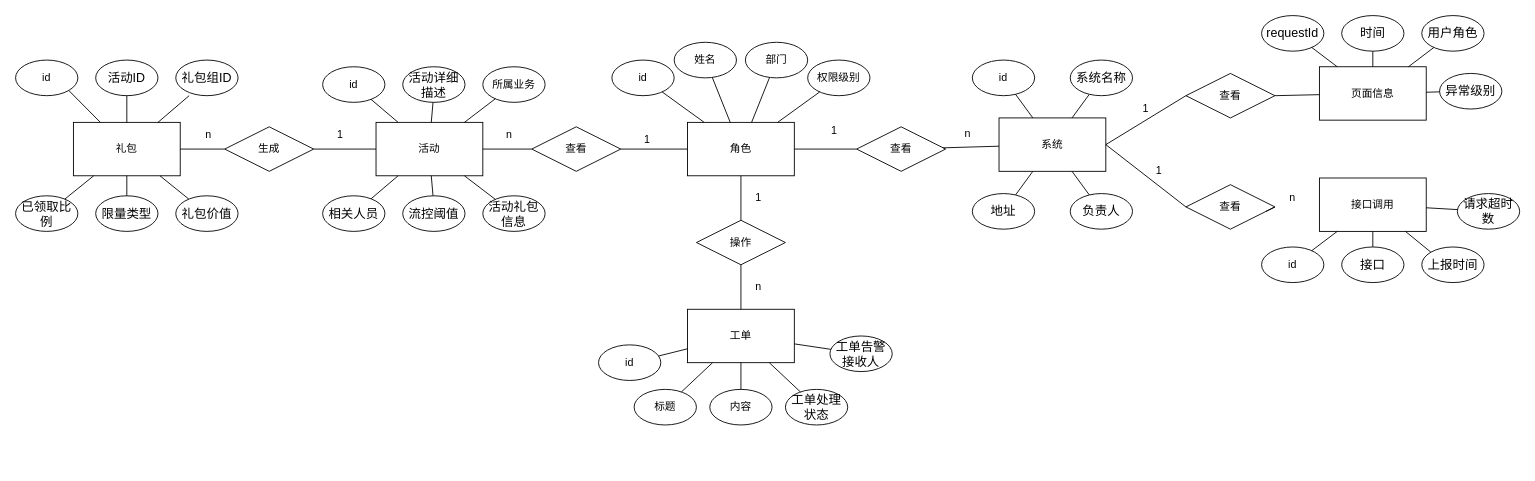
FelixTt/repositoryForDraw.io keeps this draw.io diagram as 数据库E-R图.drawio. Above is the earlier version. Source tidied: cells renumbered, new cells numbered last; positions are measured from the earlier drawing's top-left corner, leaving out a move shared by most shapes. Both pictures are drawn from the tidied source at 89%, with x=0, y=0 at pixel (15, 15).
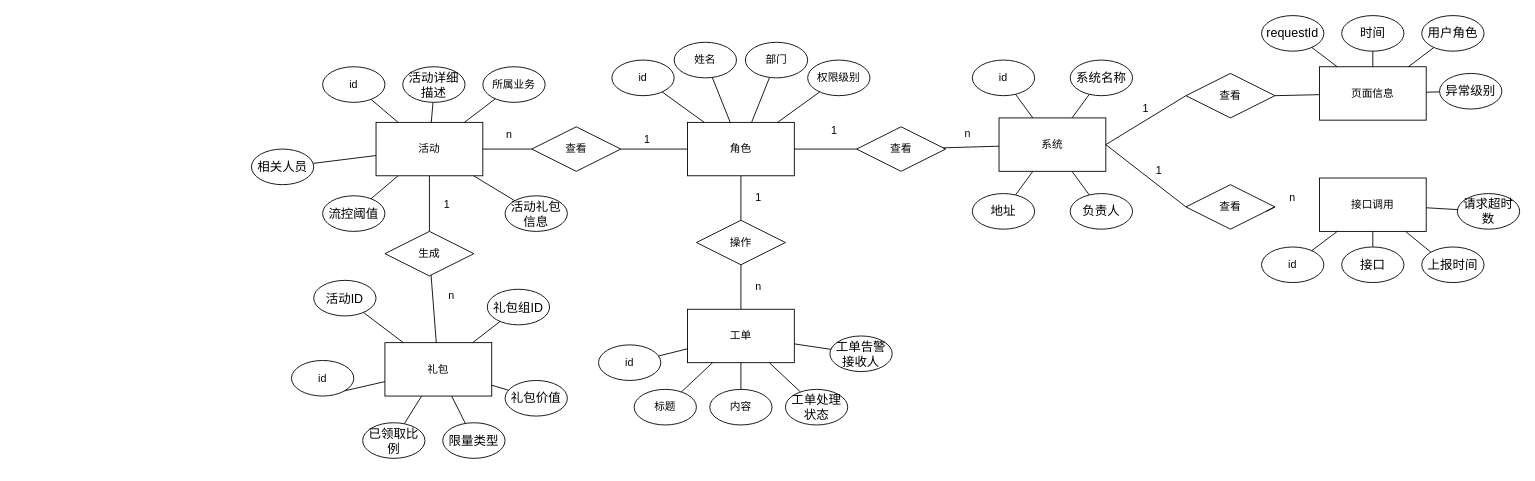
After the change.

Commit message (it also covers changes not shown here):
更新数据库E-R图.drawio

Diff of the diagram source:
```diff
@@
     <mxCell id="5" value="礼包" style="rounded=0;whiteSpace=wrap;html=1;" parent="1" vertex="1">
-      <mxGeometry x="65" y="120" width="120" height="60" as="geometry" />
+      <mxGeometry x="415" y="367.5" width="120" height="60" as="geometry" />
     </mxCell>
@@
     <mxCell id="20" value="生成" style="rhombus;whiteSpace=wrap;html=1;" parent="1" vertex="1">
-      <mxGeometry x="235" y="125" width="100" height="50" as="geometry" />
+      <mxGeometry x="415" y="242.5" width="100" height="50" as="geometry" />
     </mxCell>
@@
     <mxCell id="23" value="n" style="text;html=1;strokeColor=none;fillColor=none;align=center;verticalAlign=middle;whiteSpace=wrap;rounded=0;" parent="1" vertex="1">
-      <mxGeometry x="187" y="119" width="60" height="30" as="geometry" />
+      <mxGeometry x="460" y="300" width="60" height="30" as="geometry" />
     </mxCell>
     <mxCell id="24" value="1" style="text;html=1;strokeColor=none;fillColor=none;align=center;verticalAlign=middle;whiteSpace=wrap;rounded=0;" parent="1" vertex="1">
-      <mxGeometry x="335" y="119" width="60" height="30" as="geometry" />
+      <mxGeometry x="455" y="197.5" width="60" height="30" as="geometry" />
     </mxCell>
@@
     <mxCell id="52" value="&lt;p class=&quot;MsoNormal&quot;&gt;&lt;span style=&quot;mso-spacerun:'yes';font-family:宋体;font-size:10.5000pt;&lt;br/&gt;mso-font-kerning:1.0000pt;&quot;&gt;相关人员&lt;/span&gt;&lt;/p&gt;" style="ellipse;whiteSpace=wrap;html=1;" parent="1" vertex="1">
-      <mxGeometry x="345" y="202.5" width="70" height="40" as="geometry" />
+      <mxGeometry x="265" y="150" width="70" height="40" as="geometry" />
     </mxCell>
     <mxCell id="53" value="&lt;p class=&quot;MsoNormal&quot;&gt;&lt;span style=&quot;mso-spacerun:'yes';font-family:宋体;font-size:10.5000pt;&lt;br/&gt;mso-font-kerning:1.0000pt;&quot;&gt;流控阈值&lt;/span&gt;&lt;/p&gt;" style="ellipse;whiteSpace=wrap;html=1;" parent="1" vertex="1">
-      <mxGeometry x="435" y="202.5" width="70" height="40" as="geometry" />
+      <mxGeometry x="345" y="202.5" width="70" height="40" as="geometry" />
     </mxCell>
     <mxCell id="54" value="&lt;p class=&quot;MsoNormal&quot;&gt;&lt;span style=&quot;mso-spacerun:'yes';font-family:宋体;font-size:10.5000pt;&lt;br/&gt;mso-font-kerning:1.0000pt;&quot;&gt;活动礼包信息&lt;/span&gt;&lt;/p&gt;" style="ellipse;whiteSpace=wrap;html=1;" parent="1" vertex="1">
-      <mxGeometry x="525" y="202.5" width="70" height="40" as="geometry" />
+      <mxGeometry x="550" y="202.5" width="70" height="40" as="geometry" />
     </mxCell>
@@
     <mxCell id="61" value="id" style="ellipse;whiteSpace=wrap;html=1;" parent="1" vertex="1">
-      <mxGeometry y="50" width="70" height="40" as="geometry" />
+      <mxGeometry x="310" y="387.5" width="70" height="40" as="geometry" />
     </mxCell>
     <mxCell id="62" value="&lt;p class=&quot;MsoNormal&quot;&gt;&lt;span style=&quot;mso-spacerun:'yes';font-family:宋体;font-size:10.5000pt;&lt;br/&gt;mso-font-kerning:1.0000pt;&quot;&gt;&lt;font face=&quot;宋体&quot;&gt;活动&lt;/font&gt;ID&lt;/span&gt;&lt;/p&gt;" style="ellipse;whiteSpace=wrap;html=1;" parent="1" vertex="1">
-      <mxGeometry x="90" y="50" width="70" height="40" as="geometry" />
+      <mxGeometry x="335" y="297.5" width="70" height="40" as="geometry" />
     </mxCell>
     <mxCell id="63" value="&lt;p class=&quot;MsoNormal&quot;&gt;&lt;span style=&quot;mso-spacerun:'yes';font-family:宋体;font-size:10.5000pt;&lt;br/&gt;mso-font-kerning:1.0000pt;&quot;&gt;&lt;font face=&quot;宋体&quot;&gt;礼包组&lt;/font&gt;ID&lt;/span&gt;&lt;/p&gt;" style="ellipse;whiteSpace=wrap;html=1;" parent="1" vertex="1">
-      <mxGeometry x="180" y="50" width="70" height="40" as="geometry" />
+      <mxGeometry x="530" y="307.5" width="70" height="40" as="geometry" />
     </mxCell>
     <mxCell id="64" value="&lt;p class=&quot;MsoNormal&quot;&gt;&lt;span style=&quot;mso-spacerun:'yes';font-family:宋体;font-size:10.5000pt;&lt;br/&gt;mso-font-kerning:1.0000pt;&quot;&gt;已领取比例&lt;/span&gt;&lt;/p&gt;" style="ellipse;whiteSpace=wrap;html=1;" parent="1" vertex="1">
-      <mxGeometry y="202.5" width="70" height="40" as="geometry" />
+      <mxGeometry x="390" y="457.5" width="70" height="40" as="geometry" />
     </mxCell>
     <mxCell id="65" value="&lt;p class=&quot;MsoNormal&quot;&gt;&lt;span style=&quot;mso-spacerun:'yes';font-family:宋体;font-size:10.5000pt;&lt;br/&gt;mso-font-kerning:1.0000pt;&quot;&gt;限量类型&lt;/span&gt;&lt;/p&gt;" style="ellipse;whiteSpace=wrap;html=1;" parent="1" vertex="1">
-      <mxGeometry x="90" y="202.5" width="70" height="40" as="geometry" />
+      <mxGeometry x="480" y="457.5" width="70" height="40" as="geometry" />
     </mxCell>
     <mxCell id="66" value="&lt;p class=&quot;MsoNormal&quot;&gt;&lt;span style=&quot;mso-spacerun:'yes';font-family:宋体;font-size:10.5000pt;&lt;br/&gt;mso-font-kerning:1.0000pt;&quot;&gt;礼包价值&lt;/span&gt;&lt;/p&gt;" style="ellipse;whiteSpace=wrap;html=1;" parent="1" vertex="1">
-      <mxGeometry x="180" y="202.5" width="70" height="40" as="geometry" />
+      <mxGeometry x="550" y="410" width="70" height="40" as="geometry" />
     </mxCell>
-    <mxCell id="67" style="endArrow=none;html=1;rounded=0;" parent="1" edge="1" target="5">
-      <mxGeometry relative="1" as="geometry">
-        <mxPoint x="195" y="90" as="sourcePoint" />
-      </mxGeometry>
+    <mxCell id="67" style="endArrow=none;html=1;rounded=0;" parent="1" edge="1" source="63" target="5">
+      <mxGeometry relative="1" as="geometry" />
     </mxCell>
```
